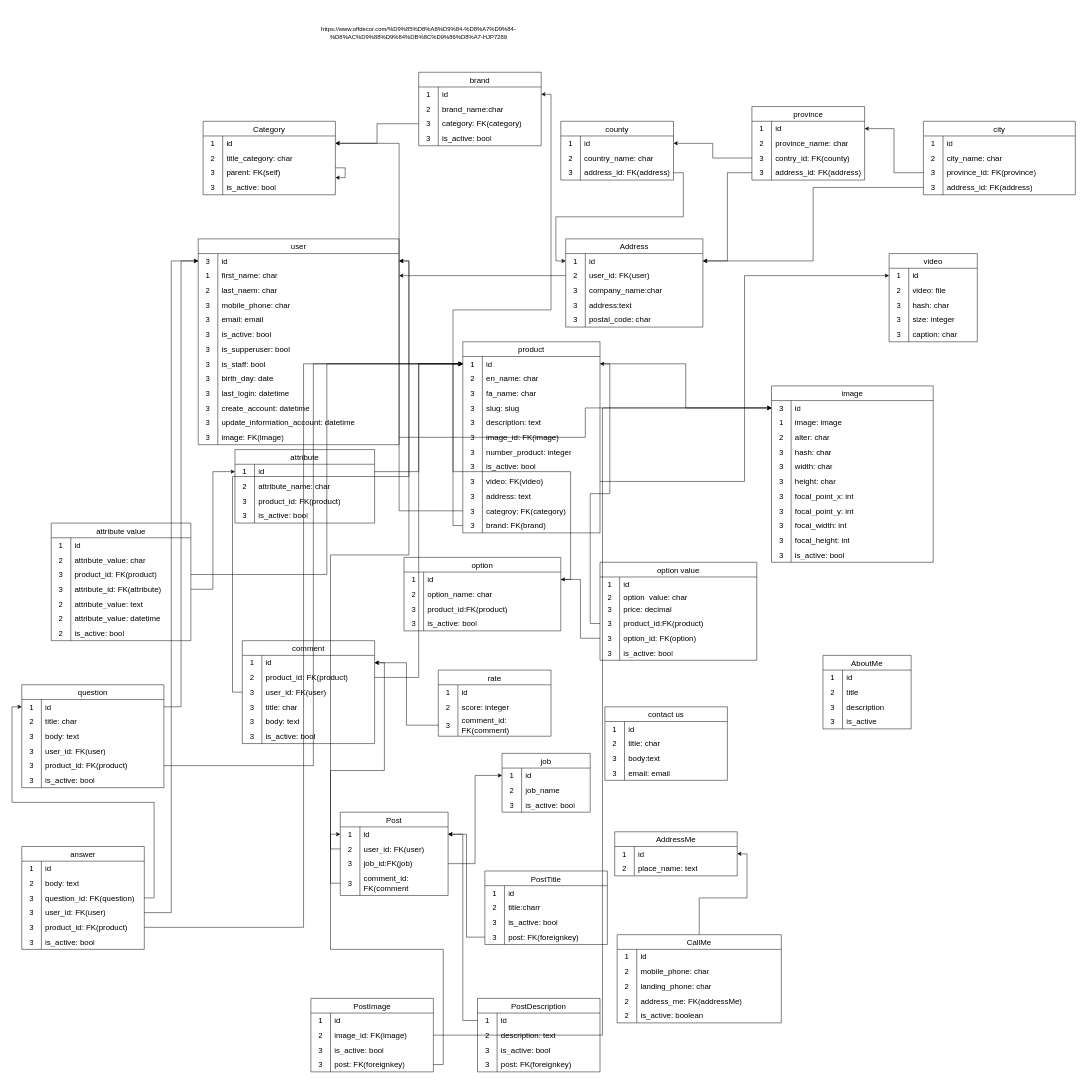
mrgdeveloper1401/sofa keeps this draw.io diagram as turn_rating.drawio. Above is the earlier version. Source tidied: cells renumbered, new cells numbered last; positions are measured from the earlier drawing's top-left corner, leaving out a move shared by most shapes. Both pictures are drawn from the tidied source at 49%, with x=0, y=0 at pixel (22, 8).
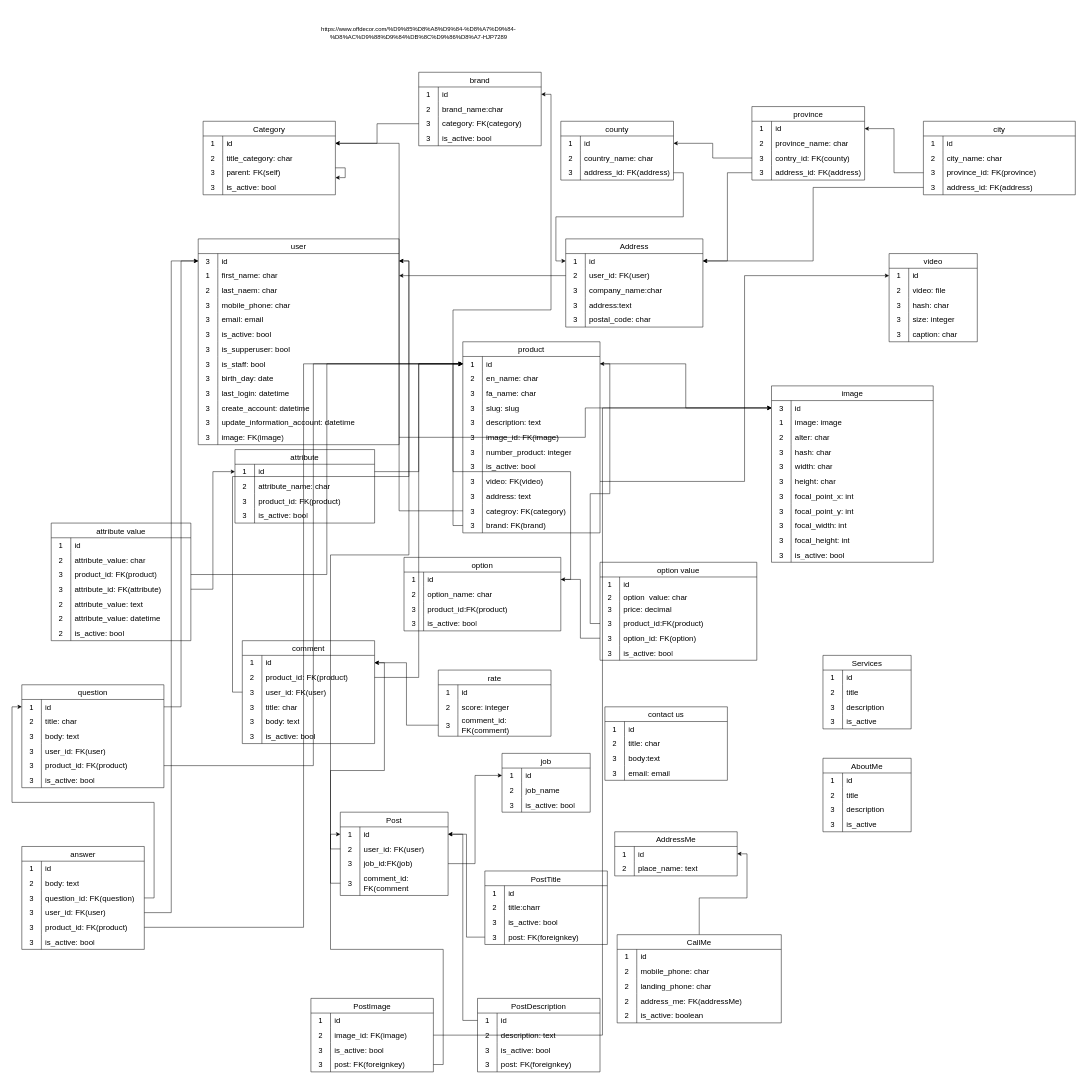
The same page after the edit.

The edit, as a diff of the source:
```diff
@@
-    <mxCell id="405" value="AboutMe" style="shape=table;startSize=30;childLayout=tableLayout;rowLines=0;fontStyle=0;strokeColor=default;fontSize=16;" parent="1" vertex="1">
+    <mxCell id="405" value="Services" style="shape=table;startSize=30;childLayout=tableLayout;rowLines=0;fontStyle=0;strokeColor=default;fontSize=16;" parent="1" vertex="1">
       <mxGeometry x="1635" y="1320" width="180" height="150" as="geometry" />
     </mxCell>
@@
+    <mxCell id="488" value="AboutMe" style="shape=table;startSize=30;childLayout=tableLayout;rowLines=0;fontStyle=0;strokeColor=default;fontSize=16;" parent="1" vertex="1">
+      <mxGeometry x="1635" y="1530" width="180" height="150" as="geometry" />
+    </mxCell>
+    <mxCell id="489" style="shape=tableRow;horizontal=0;startSize=0;swimlaneHead=0;swimlaneBody=0;top=0;left=0;bottom=0;right=0;fillColor=none;strokeColor=inherit;fontSize=16;" parent="488" vertex="1">
+      <mxGeometry y="30" width="180" height="30" as="geometry" />
+    </mxCell>
+    <mxCell id="490" value="1" style="shape=partialRectangle;html=1;whiteSpace=wrap;fillColor=none;top=0;left=0;bottom=0;right=0;overflow=hidden;strokeColor=inherit;fontSize=16;" parent="489" vertex="1">
+      <mxGeometry width="40" height="30" as="geometry" />
+    </mxCell>
+    <mxCell id="491" value="id" style="shape=partialRectangle;html=1;whiteSpace=wrap;fillColor=none;top=0;left=0;bottom=0;right=0;align=left;spacingLeft=6;overflow=hidden;strokeColor=inherit;fontSize=16;" parent="489" vertex="1">
+      <mxGeometry x="40" width="140" height="30" as="geometry" />
+    </mxCell>
+    <mxCell id="492" style="shape=tableRow;horizontal=0;startSize=0;swimlaneHead=0;swimlaneBody=0;top=0;left=0;bottom=0;right=0;fillColor=none;strokeColor=inherit;fontSize=16;" parent="488" vertex="1">
+      <mxGeometry y="60" width="180" height="30" as="geometry" />
+    </mxCell>
+    <mxCell id="493" value="2" style="shape=partialRectangle;html=1;whiteSpace=wrap;fillColor=none;top=0;left=0;bottom=0;right=0;overflow=hidden;strokeColor=inherit;fontSize=16;" parent="492" vertex="1">
+      <mxGeometry width="40" height="30" as="geometry" />
+    </mxCell>
+    <mxCell id="494" value="title" style="shape=partialRectangle;html=1;whiteSpace=wrap;fillColor=none;top=0;left=0;bottom=0;right=0;align=left;spacingLeft=6;overflow=hidden;strokeColor=inherit;fontSize=16;" parent="492" vertex="1">
+      <mxGeometry x="40" width="140" height="30" as="geometry" />
+    </mxCell>
+    <mxCell id="495" style="shape=tableRow;horizontal=0;startSize=0;swimlaneHead=0;swimlaneBody=0;top=0;left=0;bottom=0;right=0;fillColor=none;strokeColor=inherit;fontSize=16;" parent="488" vertex="1">
+      <mxGeometry y="90" width="180" height="30" as="geometry" />
+    </mxCell>
+    <mxCell id="496" value="3" style="shape=partialRectangle;html=1;whiteSpace=wrap;fillColor=none;top=0;left=0;bottom=0;right=0;overflow=hidden;strokeColor=inherit;fontSize=16;" parent="495" vertex="1">
+      <mxGeometry width="40" height="30" as="geometry" />
+    </mxCell>
+    <mxCell id="497" value="description" style="shape=partialRectangle;html=1;whiteSpace=wrap;fillColor=none;top=0;left=0;bottom=0;right=0;align=left;spacingLeft=6;overflow=hidden;strokeColor=inherit;fontSize=16;" parent="495" vertex="1">
+      <mxGeometry x="40" width="140" height="30" as="geometry" />
+    </mxCell>
+    <mxCell id="498" style="shape=tableRow;horizontal=0;startSize=0;swimlaneHead=0;swimlaneBody=0;top=0;left=0;bottom=0;right=0;fillColor=none;strokeColor=inherit;fontSize=16;" parent="488" vertex="1">
+      <mxGeometry y="120" width="180" height="30" as="geometry" />
+    </mxCell>
+    <mxCell id="499" value="3" style="shape=partialRectangle;html=1;whiteSpace=wrap;fillColor=none;top=0;left=0;bottom=0;right=0;overflow=hidden;strokeColor=inherit;fontSize=16;" parent="498" vertex="1">
+      <mxGeometry width="40" height="30" as="geometry" />
+    </mxCell>
+    <mxCell id="500" value="is_active" style="shape=partialRectangle;html=1;whiteSpace=wrap;fillColor=none;top=0;left=0;bottom=0;right=0;align=left;spacingLeft=6;overflow=hidden;strokeColor=inherit;fontSize=16;" parent="498" vertex="1">
+      <mxGeometry x="40" width="140" height="30" as="geometry" />
+    </mxCell>
```
